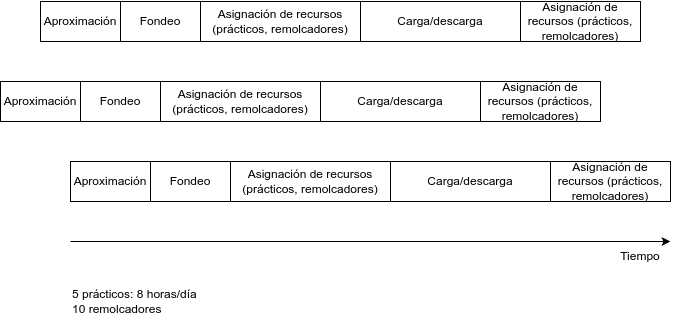
This is images/schema.drawio.png from kaizten/tfg_aythami-perez-vega, a draw.io export, as it was before one commit. Source tidied: cells renumbered, new cells last; positions are measured from the earlier drawing's top-left corner, leaving out a move shared by most shapes.
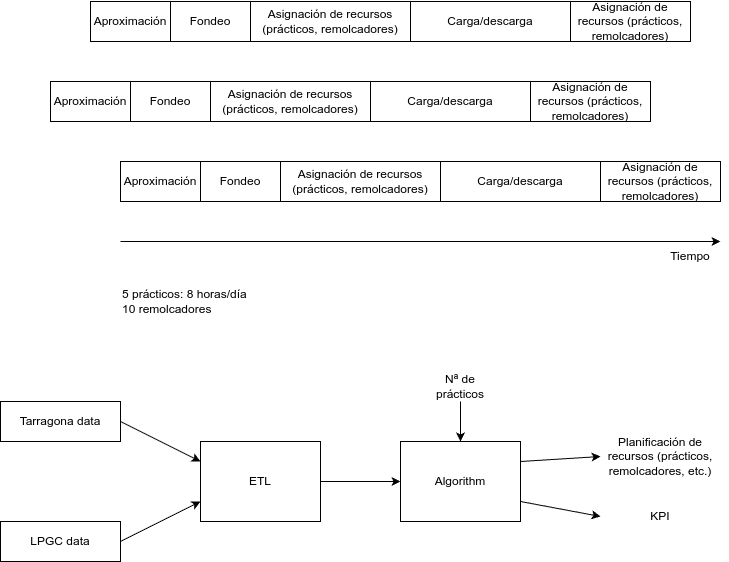
Later version of the same file.

The edit, as a diff of the source:
```diff
@@ -67,5 +67,44 @@
     <mxCell id="22" value="Asignación de recursos (prácticos, remolcadores)" style="rounded=0;whiteSpace=wrap;html=1;" parent="1" vertex="1">
       <mxGeometry x="520" width="120" height="40" as="geometry" />
     </mxCell>
+    <mxCell id="23" style="edgeStyle=none;html=1;exitX=1;exitY=0.25;exitDx=0;exitDy=0;entryX=0;entryY=0.5;entryDx=0;entryDy=0;" parent="1" edge="1" source="25" target="32">
+      <mxGeometry relative="1" as="geometry" />
+    </mxCell>
+    <mxCell id="24" style="edgeStyle=none;html=1;exitX=1;exitY=0.75;exitDx=0;exitDy=0;entryX=0;entryY=0.5;entryDx=0;entryDy=0;" parent="1" edge="1" source="25" target="33">
+      <mxGeometry relative="1" as="geometry" />
+    </mxCell>
+    <mxCell id="25" value="Algorithm" style="rounded=0;whiteSpace=wrap;html=1;" parent="1" vertex="1">
+      <mxGeometry x="350" y="440" width="120" height="80" as="geometry" />
+    </mxCell>
+    <mxCell id="26" style="edgeStyle=none;html=1;exitX=1;exitY=0.5;exitDx=0;exitDy=0;entryX=0;entryY=0.25;entryDx=0;entryDy=0;" parent="1" edge="1" source="27" target="31">
+      <mxGeometry relative="1" as="geometry" />
+    </mxCell>
+    <mxCell id="27" value="Tarragona data" style="rounded=0;whiteSpace=wrap;html=1;" parent="1" vertex="1">
+      <mxGeometry x="-50" y="400" width="120" height="40" as="geometry" />
+    </mxCell>
+    <mxCell id="28" style="edgeStyle=none;html=1;exitX=1;exitY=0.5;exitDx=0;exitDy=0;entryX=0;entryY=0.75;entryDx=0;entryDy=0;" parent="1" edge="1" source="29" target="31">
+      <mxGeometry relative="1" as="geometry" />
+    </mxCell>
+    <mxCell id="29" value="LPGC data" style="rounded=0;whiteSpace=wrap;html=1;" parent="1" vertex="1">
+      <mxGeometry x="-50" y="520" width="120" height="40" as="geometry" />
+    </mxCell>
+    <mxCell id="30" style="edgeStyle=none;html=1;entryX=0;entryY=0.5;entryDx=0;entryDy=0;" parent="1" edge="1" source="31" target="25">
+      <mxGeometry relative="1" as="geometry" />
+    </mxCell>
+    <mxCell id="31" value="ETL" style="rounded=0;whiteSpace=wrap;html=1;" parent="1" vertex="1">
+      <mxGeometry x="150" y="440" width="120" height="80" as="geometry" />
+    </mxCell>
+    <mxCell id="32" value="Planificación de recursos (prácticos, remolcadores, etc.)" style="text;html=1;align=center;verticalAlign=middle;whiteSpace=wrap;rounded=0;" parent="1" vertex="1">
+      <mxGeometry x="550" y="440" width="120" height="30" as="geometry" />
+    </mxCell>
+    <mxCell id="33" value="KPI" style="text;html=1;align=center;verticalAlign=middle;whiteSpace=wrap;rounded=0;" parent="1" vertex="1">
+      <mxGeometry x="550" y="500" width="120" height="30" as="geometry" />
+    </mxCell>
+    <mxCell id="34" style="edgeStyle=none;html=1;exitX=0.5;exitY=1;exitDx=0;exitDy=0;entryX=0.5;entryY=0;entryDx=0;entryDy=0;" parent="1" edge="1" source="35" target="25">
+      <mxGeometry relative="1" as="geometry" />
+    </mxCell>
+    <mxCell id="35" value="Nª de prácticos" style="text;html=1;align=center;verticalAlign=middle;whiteSpace=wrap;rounded=0;" parent="1" vertex="1">
+      <mxGeometry x="380" y="370" width="60" height="30" as="geometry" />
+    </mxCell>
   </root>
 </mxGraphModel>
```
